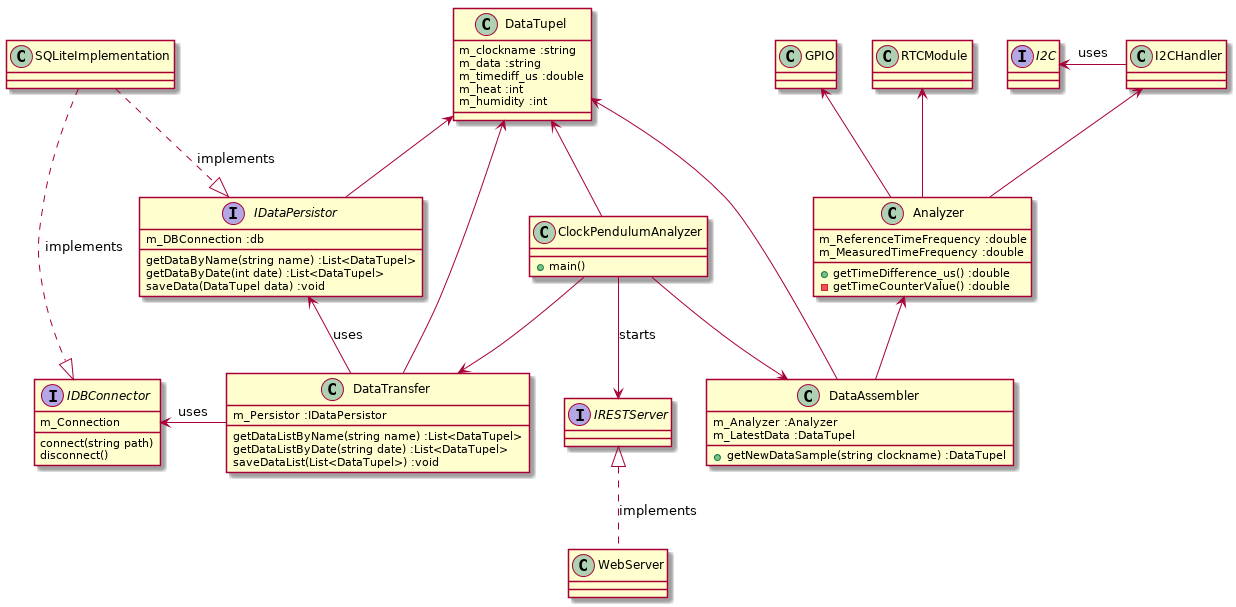
The PlantUML diagram docs/uml/classdiagramm.png in gnomengineer/ClockPendelumAnalyzer, before a commit.
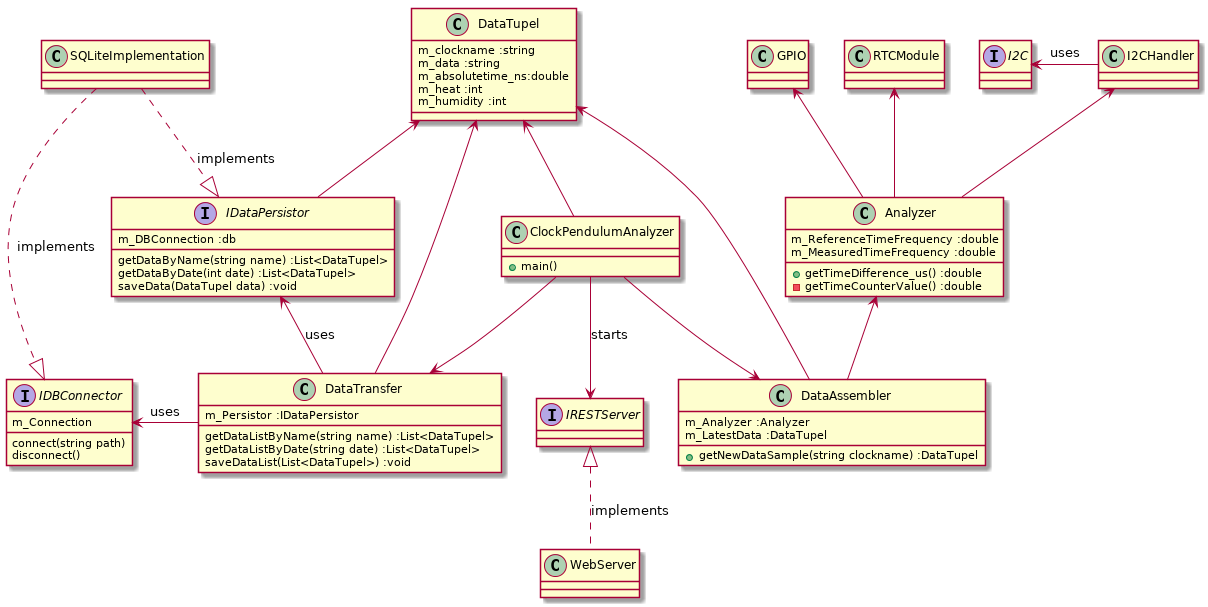
Later version of the same file.

Commit message:
updated classdiagram according to changes in spec

What changed in the source:
```diff
@@ -26,7 +26,7 @@
 class DataTupel {
     m_clockname :string
     m_data :string
-    m_timediff_us :double
+    m_absolutetime_ns:double
     m_heat :int
     m_humidity :int
 }
```
